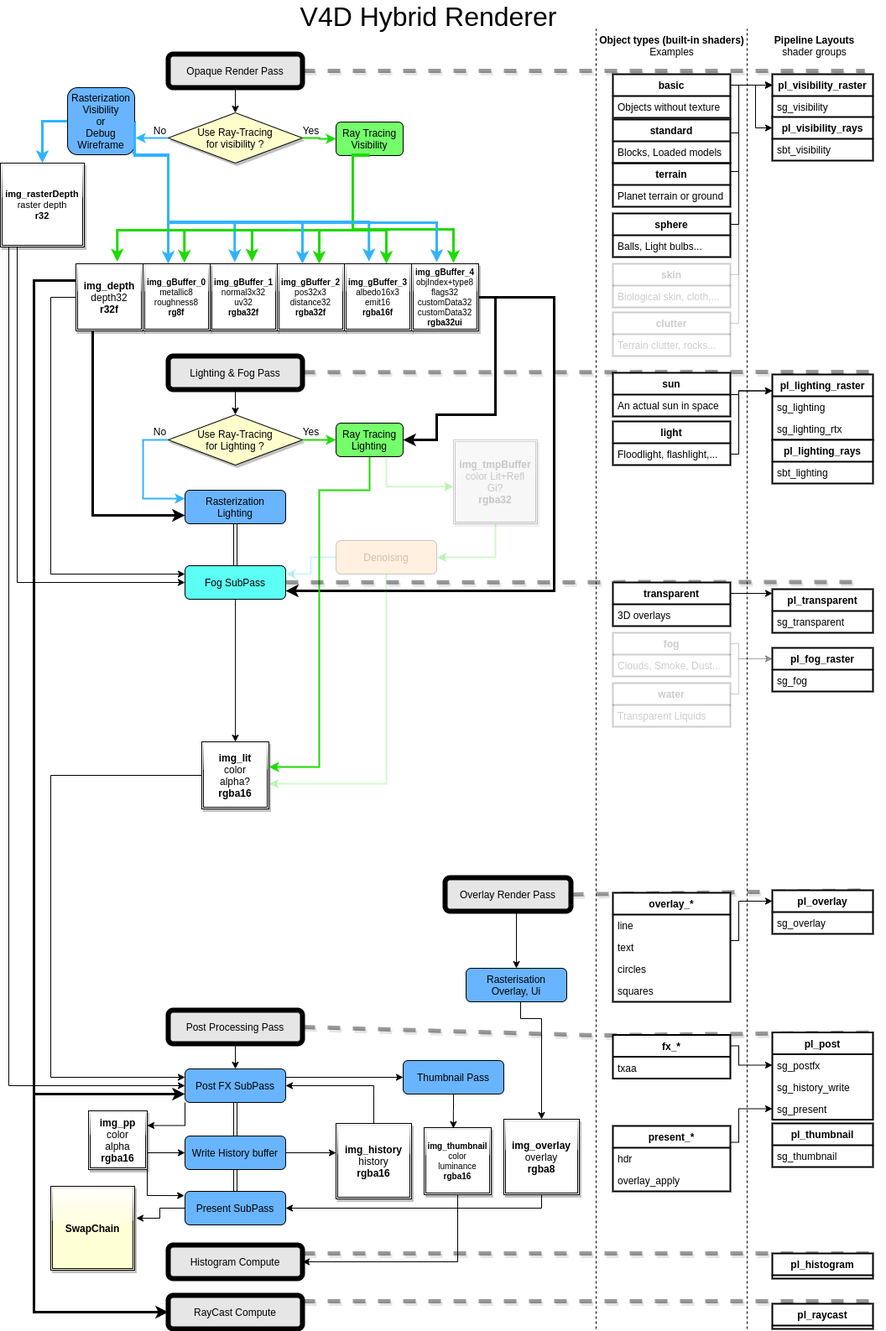
Vulkan4D/v4d_project keeps this draw.io diagram as res/hybrid_renderer.png. Above is the earlier version. Source tidied: cells renumbered, new cells last; positions are measured from the earlier drawing's top-left corner, leaving out a move shared by most shapes.
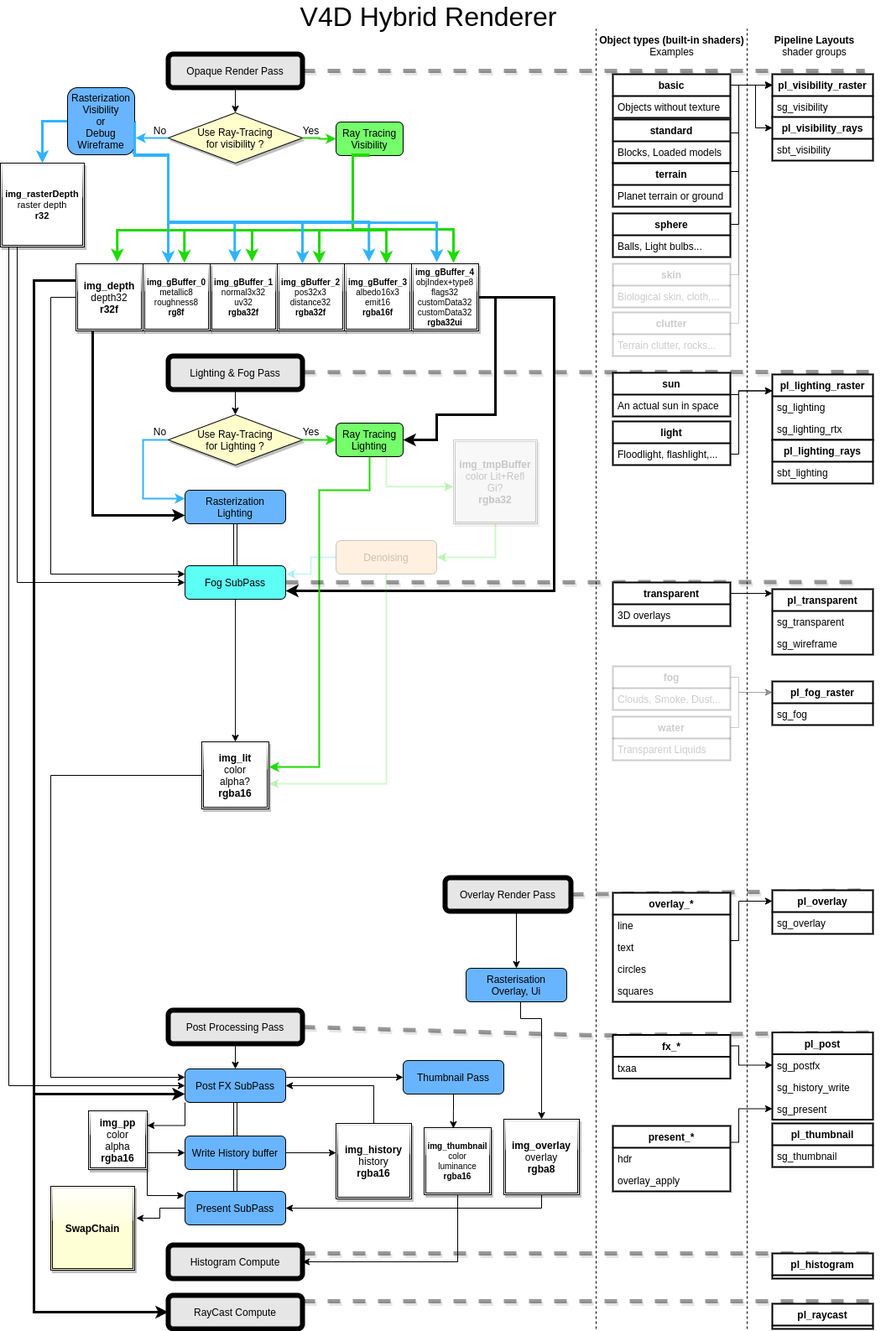
After the change.

Commit message:
implemented transparent wireframe for any standard geometry

The edit, as a diff of the source:
```diff
@@ -624,8 +624,8 @@
     <mxCell id="128" style="edgeStyle=orthogonalEdgeStyle;rounded=0;jettySize=auto;html=1;exitX=1;exitY=0.25;exitDx=0;exitDy=0;opacity=20;entryX=0;entryY=0.25;entryDx=0;entryDy=0;" parent="1" edge="1" source="153" target="161">
       <mxGeometry relative="1" as="geometry">
         <Array as="points">
-          <mxPoint x="880" y="763" />
-          <mxPoint x="880" y="781" />
+          <mxPoint x="880" y="803" />
+          <mxPoint x="880" y="821" />
         </Array>
       </mxGeometry>
     </mxCell>
@@ -688,8 +688,8 @@
     <mxCell id="144" style="edgeStyle=orthogonalEdgeStyle;rounded=0;jettySize=auto;html=1;exitX=1;exitY=0.25;exitDx=0;exitDy=0;strokeColor=#09090F;textOpacity=20;opacity=20;entryX=0;entryY=0.25;entryDx=0;entryDy=0;" parent="1" edge="1" source="157" target="161">
       <mxGeometry relative="1" as="geometry">
         <Array as="points">
-          <mxPoint x="880" y="823" />
-          <mxPoint x="880" y="781" />
+          <mxPoint x="880" y="863" />
+          <mxPoint x="880" y="821" />
         </Array>
       </mxGeometry>
     </mxCell>
@@ -721,7 +721,7 @@
       </mxGeometry>
     </mxCell>
     <mxCell id="153" value="fog" style="swimlane;fontStyle=1;horizontal=1;startSize=26;fillColor=#FFFFFF;strokeWidth=2;opacity=20;textOpacity=20;" parent="1" vertex="1">
-      <mxGeometry x="730" y="750" width="140" height="52" as="geometry" />
+      <mxGeometry x="730" y="790" width="140" height="52" as="geometry" />
     </mxCell>
     <mxCell id="154" value="Clouds, Smoke, Dust..." style="text;strokeColor=none;fillColor=none;align=left;verticalAlign=top;spacingLeft=4;spacingRight=4;overflow=hidden;opacity=20;textOpacity=20;" parent="153" vertex="1">
       <mxGeometry y="26" width="140" height="26" as="geometry" />
@@ -733,19 +733,22 @@
       <mxGeometry y="26" width="140" height="26" as="geometry" />
     </mxCell>
     <mxCell id="157" value="water" style="swimlane;fontStyle=1;horizontal=1;startSize=26;fillColor=#FFFFFF;strokeWidth=2;textOpacity=20;opacity=20;" parent="1" vertex="1">
-      <mxGeometry x="730" y="810" width="140" height="52" as="geometry" />
+      <mxGeometry x="730" y="850" width="140" height="52" as="geometry" />
     </mxCell>
     <mxCell id="158" value="Transparent Liquids" style="text;strokeColor=none;fillColor=none;align=left;verticalAlign=top;spacingLeft=4;spacingRight=4;overflow=hidden;opacity=20;textOpacity=20;" parent="157" vertex="1">
       <mxGeometry y="26" width="140" height="26" as="geometry" />
     </mxCell>
     <mxCell id="159" value="pl_transparent" style="swimlane;fontStyle=1;horizontal=1;startSize=26;fillColor=#ffffff;strokeWidth=2;" parent="1" vertex="1">
-      <mxGeometry x="920" y="698" width="120" height="52" as="geometry" />
+      <mxGeometry x="920" y="698" width="120" height="78" as="geometry" />
     </mxCell>
     <mxCell id="160" value="sg_transparent" style="text;strokeColor=none;fillColor=none;align=left;verticalAlign=top;spacingLeft=4;spacingRight=4;overflow=hidden;" parent="159" vertex="1">
       <mxGeometry y="26" width="120" height="26" as="geometry" />
     </mxCell>
+    <mxCell id="170" value="sg_wireframe" style="text;strokeColor=none;fillColor=none;align=left;verticalAlign=top;spacingLeft=4;spacingRight=4;overflow=hidden;" parent="159" vertex="1">
+      <mxGeometry y="52" width="120" height="26" as="geometry" />
+    </mxCell>
     <mxCell id="161" value="pl_fog_raster" style="swimlane;fontStyle=1;horizontal=1;startSize=26;fillColor=#ffffff;strokeWidth=2;" parent="1" vertex="1">
-      <mxGeometry x="920" y="768" width="120" height="52" as="geometry" />
+      <mxGeometry x="920" y="808" width="120" height="52" as="geometry" />
     </mxCell>
     <mxCell id="162" value="sg_fog" style="text;strokeColor=none;fillColor=none;align=left;verticalAlign=top;spacingLeft=4;spacingRight=4;overflow=hidden;" parent="161" vertex="1">
       <mxGeometry y="26" width="120" height="26" as="geometry" />
```
